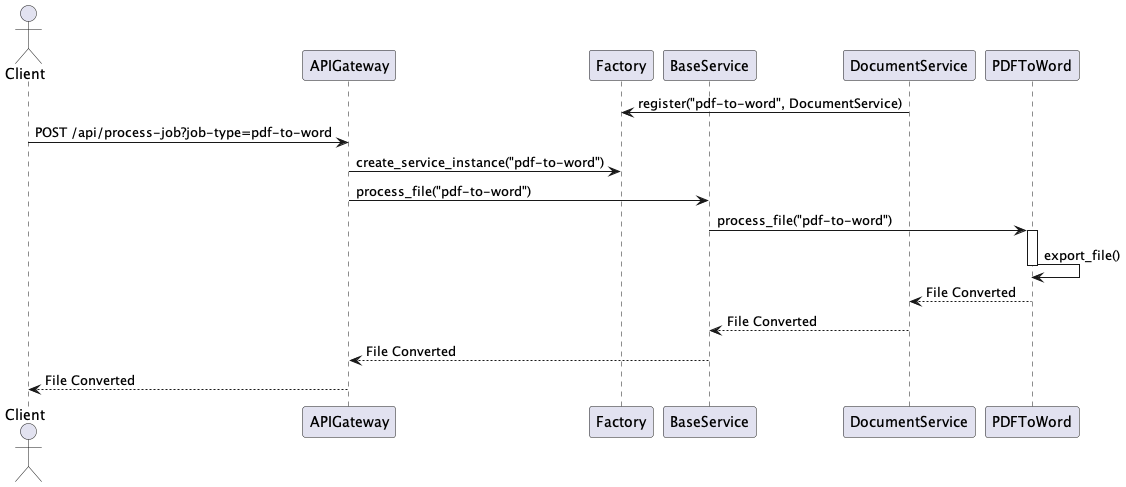
Above: docs/diagrams/renders/Sequence Diagram - PDF to Word Conversion.png in andresacg30/it-services (PlantUML), before the change.
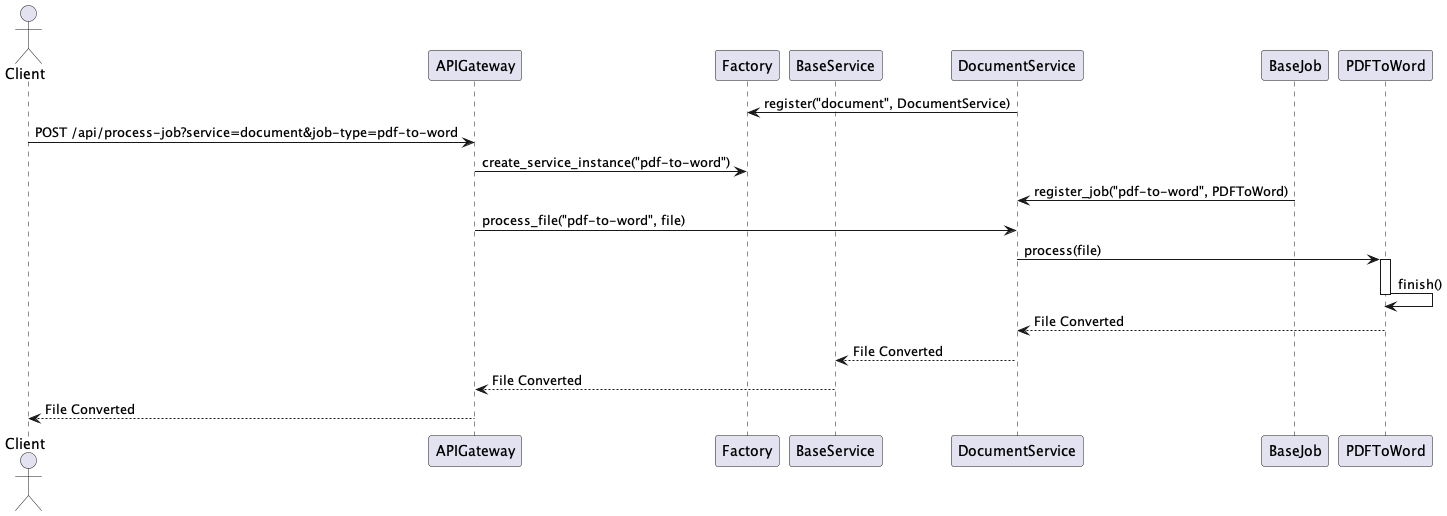
Later version of the same file.

The edit, as a diff of the source:
```diff
@@ -5,16 +5,18 @@
 participant Factory
 participant BaseService
 participant DocumentService
+participant BaseJob
 participant PDFToWord
 
-DocumentService -> Factory: register("pdf-to-word", DocumentService)
-Client -> APIGateway: POST /api/process-job?job-type=pdf-to-word
+DocumentService -> Factory: register("document", DocumentService)
+Client -> APIGateway: POST /api/process-job?service=document&job-type=pdf-to-word
 APIGateway -> Factory: create_service_instance("pdf-to-word")
-APIGateway -> BaseService: process_file("pdf-to-word")
-BaseService -> PDFToWord: process_file("pdf-to-word")
+BaseJob -> DocumentService: register_job("pdf-to-word", PDFToWord)
+APIGateway -> DocumentService: process_file("pdf-to-word", file)
+DocumentService -> PDFToWord: process(file)
 
 activate PDFToWord
-PDFToWord -> PDFToWord: export_file()
+PDFToWord -> PDFToWord: finish()
 deactivate PDFToWord
 
 DocumentService <-- PDFToWord: File Converted
```
